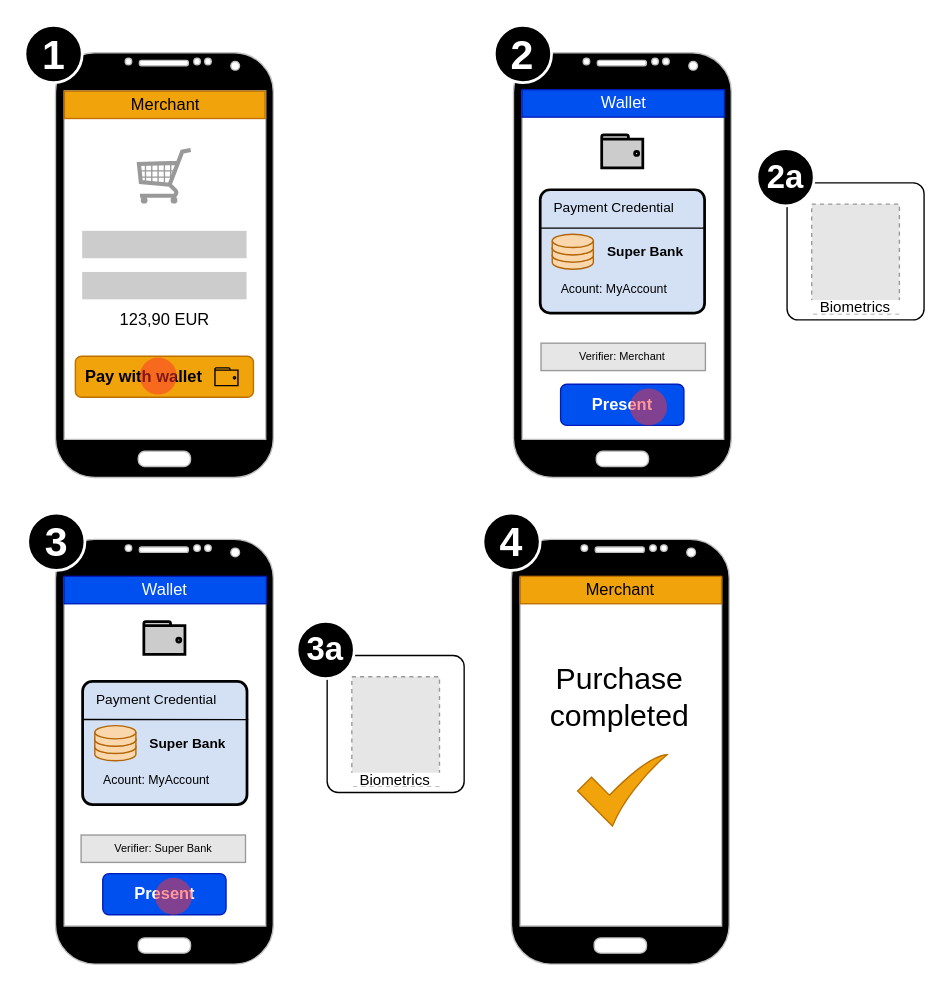
The draw.io diagram screenflow.drawio in digitallabor-berlin/eudiw-sca, before the edit. Source tidied: cells renumbered, new cells numbered last; positions are measured from the earlier drawing's top-left corner, leaving out a move shared by most shapes. Both pictures are drawn from the tidied source at 137%, with x=0, y=0 at pixel (25, 25). Pictures stored in the file or linked from it are replaced by grey dashed boxes.
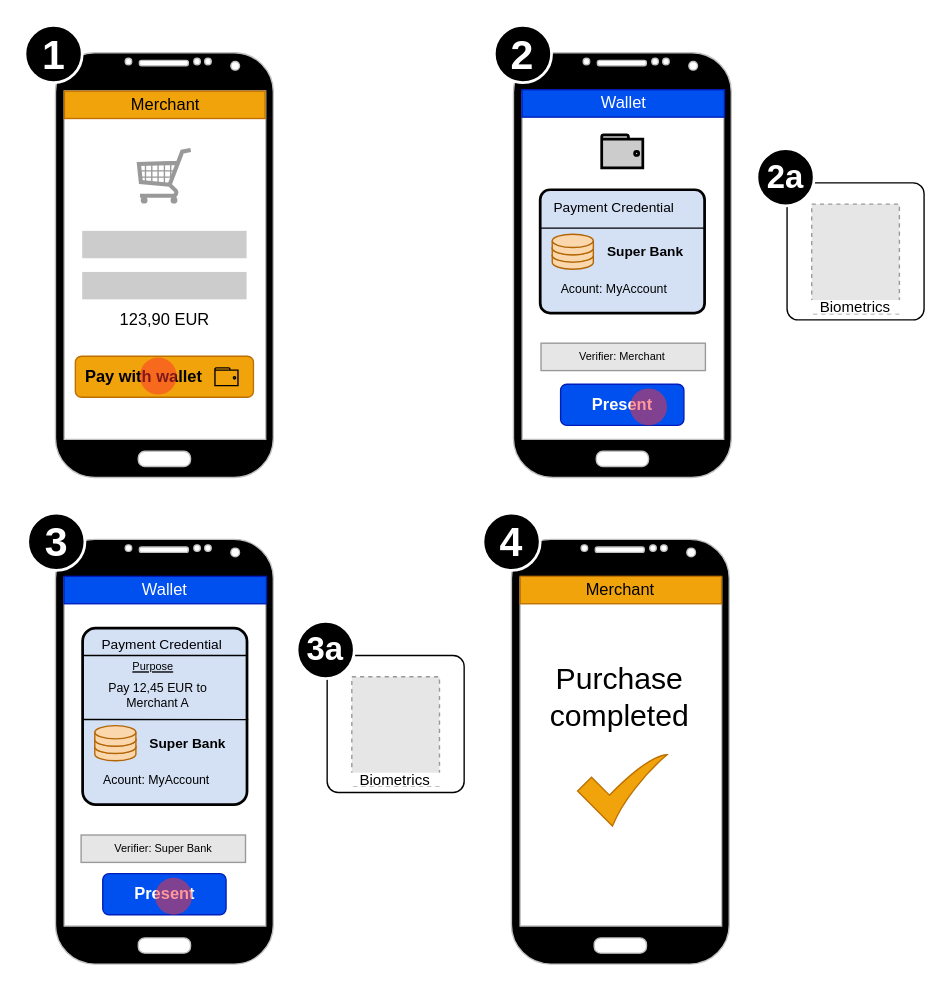
The same diagram, later.

Diff of the diagram source:
```diff
@@
-    <mxCell id="24" style="html=1;verticalLabelPosition=bottom;align=center;labelBackgroundColor=#ffffff;verticalAlign=top;strokeWidth=2;strokeColor=#000000;shadow=0;dashed=0;shape=mxgraph.ios7.icons.wallet;fillColor=#CCCCCC;" parent="1" vertex="1">
-      <mxGeometry x="86.5" y="435.2" width="30" height="24" as="geometry" />
-    </mxCell>
@@
     <mxCell id="51" style="rounded=1;whiteSpace=wrap;html=1;strokeColor=#000000;fillColor=#D4E1F5;strokeWidth=2;arcSize=8;" parent="1" vertex="1">
-      <mxGeometry x="41.8" y="478.8" width="120" height="90" as="geometry" />
+      <mxGeometry x="41.8" y="440" width="120" height="128.8" as="geometry" />
     </mxCell>
     <mxCell id="52" value="Payment Credential" style="text;html=1;strokeColor=none;fillColor=none;align=left;verticalAlign=middle;whiteSpace=wrap;rounded=0;fontSize=10;" parent="1" vertex="1">
-      <mxGeometry x="50.1" y="476.8" width="106.5" height="30" as="geometry" />
+      <mxGeometry x="54.2" y="443.2" width="106.5" height="16.8" as="geometry" />
     </mxCell>
@@
+    <mxCell id="59" style="endArrow=none;html=1;rounded=0;fontSize=9;entryX=1.004;entryY=0.339;entryDx=0;entryDy=0;entryPerimeter=0;" parent="1" edge="1">
+      <mxGeometry relative="1" as="geometry">
+        <mxPoint x="41.9" y="460" as="sourcePoint" />
+        <mxPoint x="162.4" y="460" as="targetPoint" />
+      </mxGeometry>
+    </mxCell>
+    <mxCell id="60" value="Pay 12,45 EUR to&lt;div&gt;Merchant A&lt;/div&gt;" style="text;html=1;strokeColor=none;fillColor=none;align=center;verticalAlign=middle;whiteSpace=wrap;rounded=0;fontSize=9;" parent="1" vertex="1">
+      <mxGeometry x="52" y="475.5" width="90" height="27.8" as="geometry" />
+    </mxCell>
+    <mxCell id="61" value="Purpose" style="text;html=1;strokeColor=none;fillColor=none;align=center;verticalAlign=middle;whiteSpace=wrap;rounded=0;fontSize=8;fontStyle=4;" parent="1" vertex="1">
+      <mxGeometry x="40" y="460" width="106.5" height="16.8" as="geometry" />
+    </mxCell>
```
